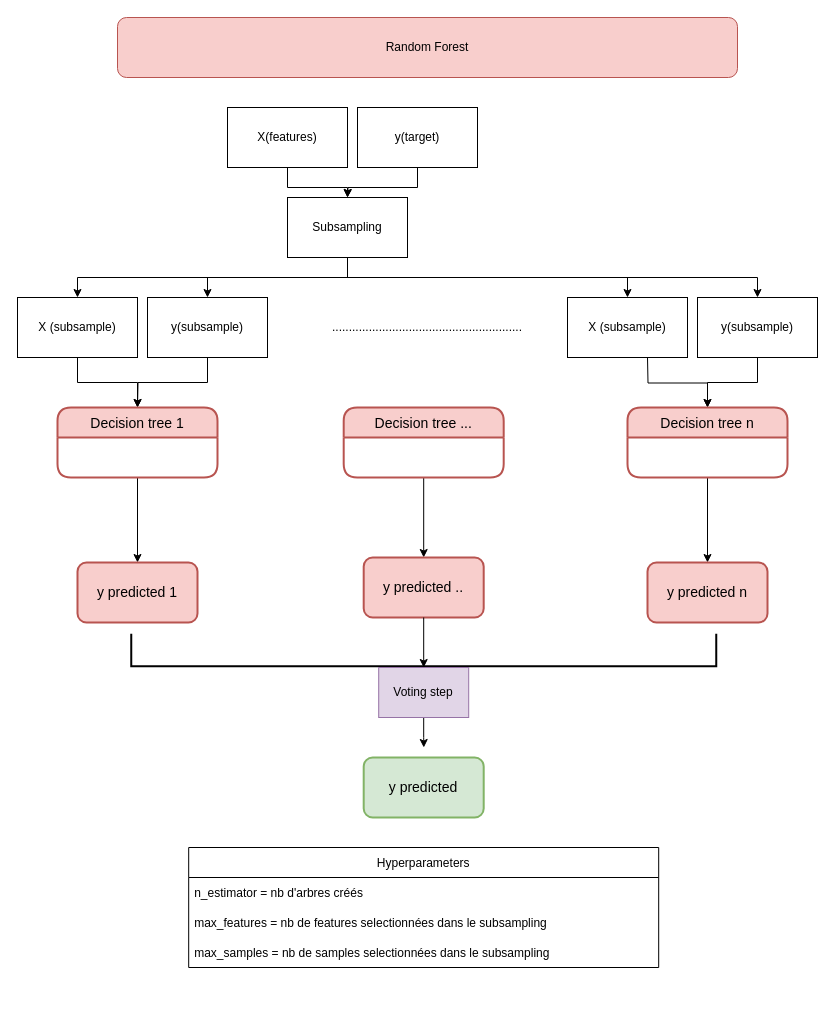
This is random_forest.drawio from RaphaelBouvet/memos_ml, a draw.io file, before an edit. Source tidied: cells renumbered, new cells numbered last; positions are measured from the earlier drawing's top-left corner, leaving out a move shared by most shapes. Both pictures are drawn from the tidied source at 100%, with x=0, y=0 at pixel (17, 17).
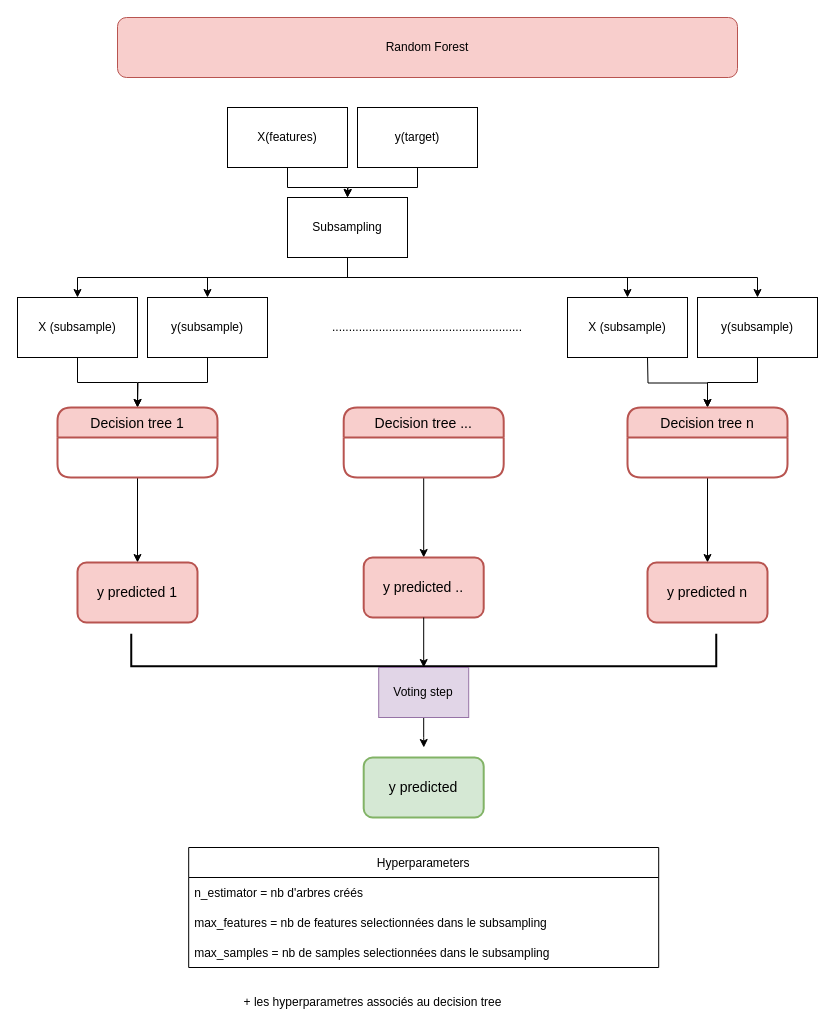
After the change.

What changed in the source:
```diff
@@
+    <mxCell id="39" value="+ les hyperparametres associés au decision tree" style="text;html=1;strokeColor=none;fillColor=none;align=center;verticalAlign=middle;whiteSpace=wrap;rounded=0;" parent="1" vertex="1">
+      <mxGeometry x="171" y="970" width="369" height="30" as="geometry" />
+    </mxCell>
```
